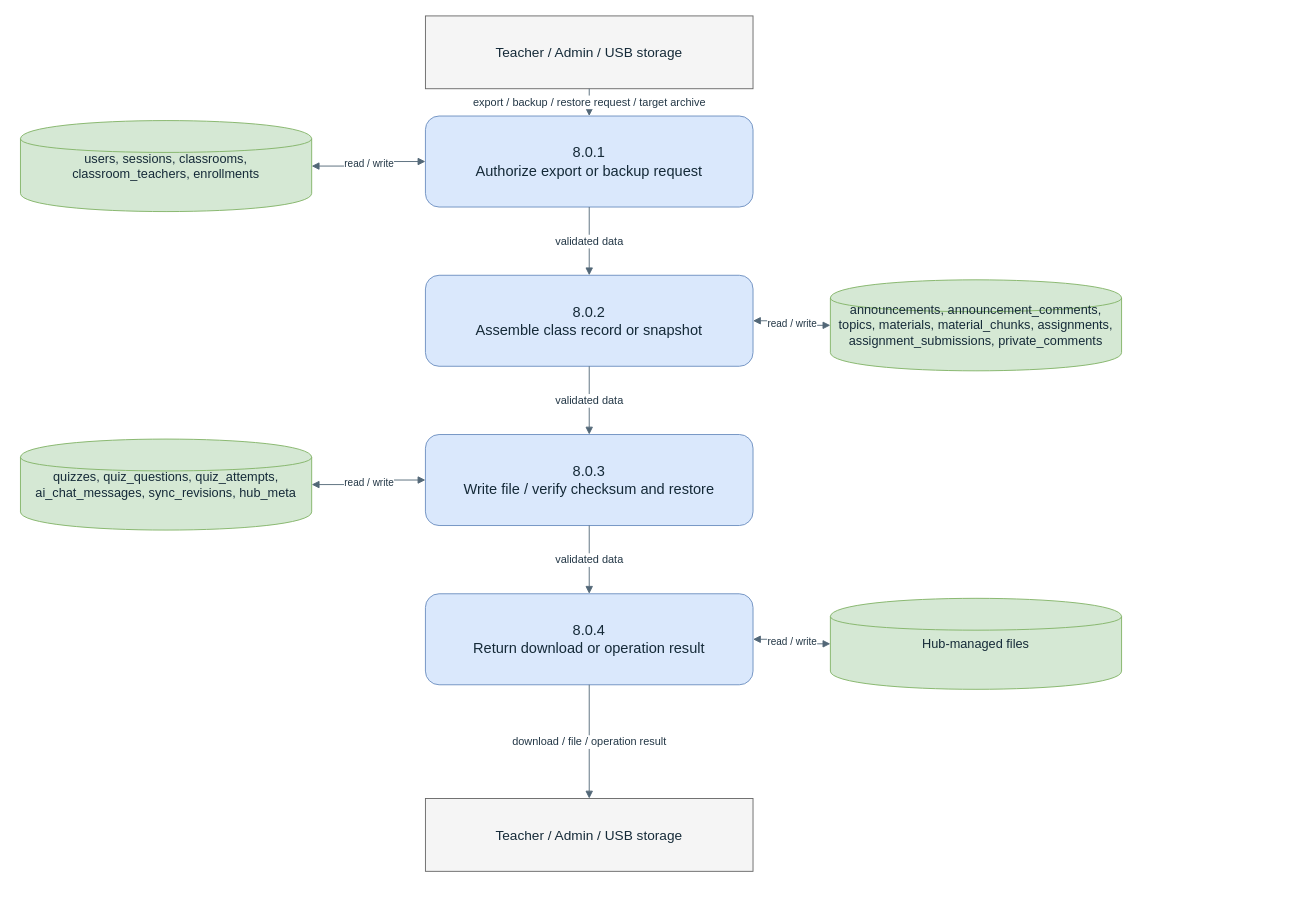
Before: docs/thesis/chapter-3/diagrams/dfd-level-2-export-backup.drawio in BootlegYouki/L.A.R.A, a draw.io diagram. Source tidied: cells renumbered, new cells numbered last; positions are measured from the earlier drawing's top-left corner, leaving out a move shared by most shapes. Both pictures are drawn from the tidied source at 91%, with x=0, y=0 at pixel (20, 15).
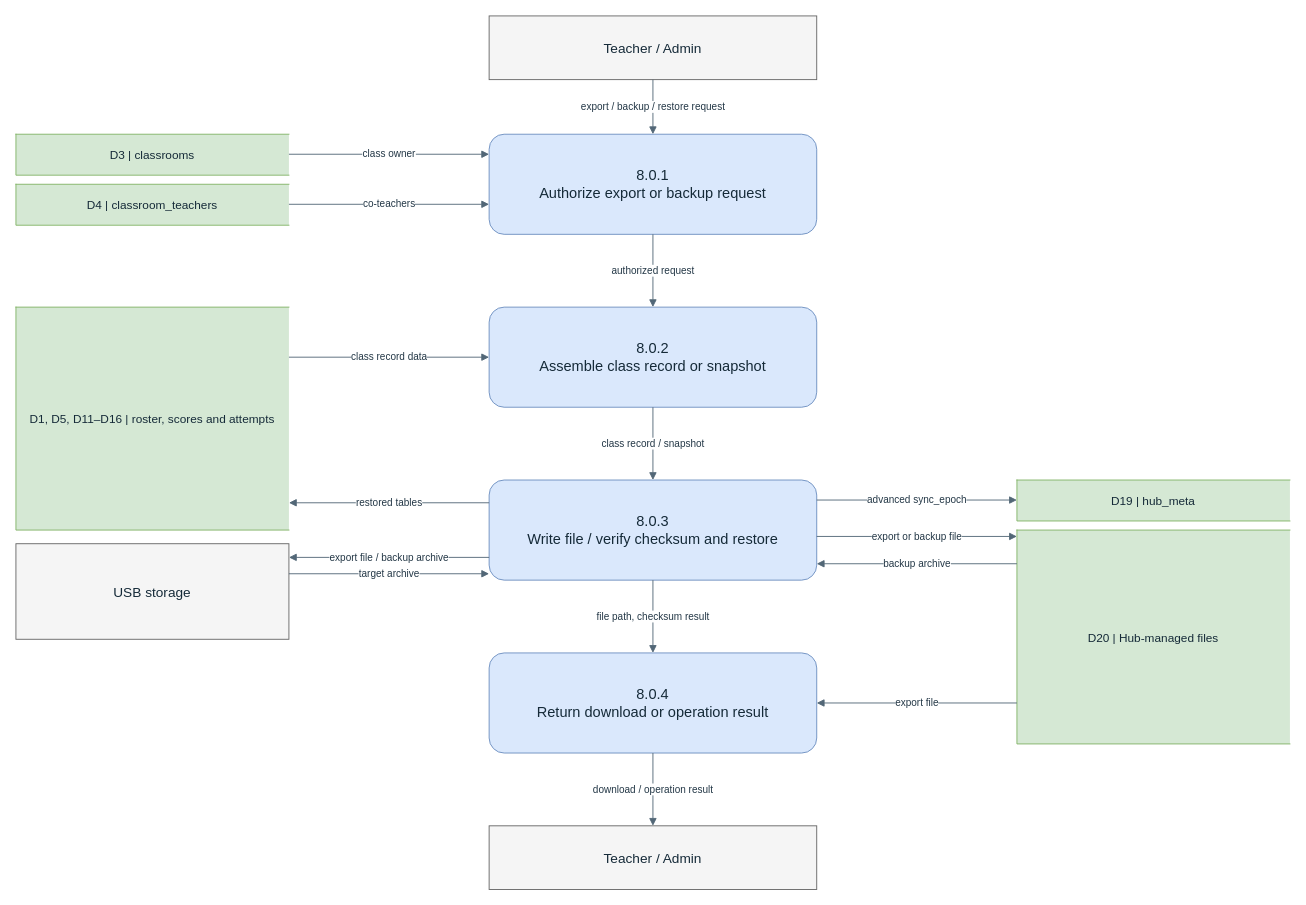
The same page after the edit.

The edit, as a diff of the source:
```diff
@@
-    <mxCell id="2" value="Teacher / Admin / USB storage" style="rounded=0;whiteSpace=wrap;html=1;fillColor=#f5f5f5;strokeColor=#666666;fontColor=#152a38;fontSize=15;align=center;verticalAlign=middle;spacing=6;" parent="1" vertex="1">
-      <mxGeometry x="445" width="360" height="80" as="geometry" />
+    <mxCell id="2" value="Teacher / Admin" style="rounded=0;whiteSpace=wrap;html=1;fillColor=#f5f5f5;strokeColor=#666666;fontColor=#152a38;fontSize=15;align=center;verticalAlign=middle;spacing=6;" parent="1" vertex="1">
+      <mxGeometry x="515" width="360" height="70" as="geometry" />
     </mxCell>
-    <mxCell id="3" value="Teacher / Admin / USB storage" style="rounded=0;whiteSpace=wrap;html=1;fillColor=#f5f5f5;strokeColor=#666666;fontColor=#152a38;fontSize=15;align=center;verticalAlign=middle;spacing=6;" parent="1" vertex="1">
-      <mxGeometry x="445" y="860" width="360" height="80" as="geometry" />
+    <mxCell id="3" value="8.0.1&#10;Authorize export or backup request" style="rounded=1;whiteSpace=wrap;html=1;fillColor=#dae8fc;strokeColor=#6c8ebf;fontColor=#152a38;fontSize=16;align=center;verticalAlign=middle;spacing=6;" parent="1" vertex="1">
+      <mxGeometry x="515" y="130" width="360" height="110" as="geometry" />
     </mxCell>
-    <mxCell id="4" value="8.0.1&#10;Authorize export or backup request" style="rounded=1;whiteSpace=wrap;html=1;fillColor=#dae8fc;strokeColor=#6c8ebf;fontColor=#152a38;fontSize=16;align=center;verticalAlign=middle;spacing=6;" parent="1" vertex="1">
-      <mxGeometry x="445" y="110" width="360" height="100" as="geometry" />
+    <mxCell id="4" value="8.0.2&#10;Assemble class record or snapshot" style="rounded=1;whiteSpace=wrap;html=1;fillColor=#dae8fc;strokeColor=#6c8ebf;fontColor=#152a38;fontSize=16;align=center;verticalAlign=middle;spacing=6;" parent="1" vertex="1">
+      <mxGeometry x="515" y="320" width="360" height="110" as="geometry" />
     </mxCell>
-    <mxCell id="5" value="8.0.2&#10;Assemble class record or snapshot" style="rounded=1;whiteSpace=wrap;html=1;fillColor=#dae8fc;strokeColor=#6c8ebf;fontColor=#152a38;fontSize=16;align=center;verticalAlign=middle;spacing=6;" parent="1" vertex="1">
-      <mxGeometry x="445" y="285" width="360" height="100" as="geometry" />
+    <mxCell id="5" value="8.0.3&#10;Write file / verify checksum and restore" style="rounded=1;whiteSpace=wrap;html=1;fillColor=#dae8fc;strokeColor=#6c8ebf;fontColor=#152a38;fontSize=16;align=center;verticalAlign=middle;spacing=6;" parent="1" vertex="1">
+      <mxGeometry x="515" y="510" width="360" height="110" as="geometry" />
     </mxCell>
-    <mxCell id="6" value="8.0.3&#10;Write file / verify checksum and restore" style="rounded=1;whiteSpace=wrap;html=1;fillColor=#dae8fc;strokeColor=#6c8ebf;fontColor=#152a38;fontSize=16;align=center;verticalAlign=middle;spacing=6;" parent="1" vertex="1">
-      <mxGeometry x="445" y="460" width="360" height="100" as="geometry" />
+    <mxCell id="6" value="8.0.4&#10;Return download or operation result" style="rounded=1;whiteSpace=wrap;html=1;fillColor=#dae8fc;strokeColor=#6c8ebf;fontColor=#152a38;fontSize=16;align=center;verticalAlign=middle;spacing=6;" parent="1" vertex="1">
+      <mxGeometry x="515" y="700" width="360" height="110" as="geometry" />
     </mxCell>
-    <mxCell id="7" value="8.0.4&#10;Return download or operation result" style="rounded=1;whiteSpace=wrap;html=1;fillColor=#dae8fc;strokeColor=#6c8ebf;fontColor=#152a38;fontSize=16;align=center;verticalAlign=middle;spacing=6;" parent="1" vertex="1">
-      <mxGeometry x="445" y="635" width="360" height="100" as="geometry" />
+    <mxCell id="7" value="Teacher / Admin" style="rounded=0;whiteSpace=wrap;html=1;fillColor=#f5f5f5;strokeColor=#666666;fontColor=#152a38;fontSize=15;align=center;verticalAlign=middle;spacing=6;" parent="1" vertex="1">
+      <mxGeometry x="515" y="890" width="360" height="70" as="geometry" />
     </mxCell>
-    <mxCell id="8" value="users, sessions, classrooms, classroom_teachers, enrollments" style="shape=cylinder;whiteSpace=wrap;html=1;fillColor=#d5e8d4;strokeColor=#82b366;fontColor=#152a38;fontSize=14;align=center;verticalAlign=middle;spacing=6;" parent="1" vertex="1">
-      <mxGeometry y="115" width="320" height="100" as="geometry" />
+    <mxCell id="8" value="USB storage" style="rounded=0;whiteSpace=wrap;html=1;fillColor=#f5f5f5;strokeColor=#666666;fontColor=#152a38;fontSize=15;align=center;verticalAlign=middle;spacing=6;" parent="1" vertex="1">
+      <mxGeometry x="-5" y="580" width="300" height="105" as="geometry" />
     </mxCell>
-    <mxCell id="9" value="announcements, announcement_comments, topics, materials, material_chunks, assignments, assignment_submissions, private_comments" style="shape=cylinder;whiteSpace=wrap;html=1;fillColor=#d5e8d4;strokeColor=#82b366;fontColor=#152a38;fontSize=14;align=center;verticalAlign=middle;spacing=6;" parent="1" vertex="1">
-      <mxGeometry x="890" y="290" width="320" height="100" as="geometry" />
+    <mxCell id="9" value="D3 | classrooms" style="shape=partialRectangle;left=1;right=0;top=1;bottom=1;whiteSpace=wrap;html=1;fillColor=#d5e8d4;strokeColor=#82b366;fontColor=#152a38;fontSize=13;align=center;verticalAlign=middle;spacing=5;" parent="1" vertex="1">
+      <mxGeometry x="-5" y="130" width="300" height="45" as="geometry" />
     </mxCell>
-    <mxCell id="10" value="quizzes, quiz_questions, quiz_attempts, ai_chat_messages, sync_revisions, hub_meta" style="shape=cylinder;whiteSpace=wrap;html=1;fillColor=#d5e8d4;strokeColor=#82b366;fontColor=#152a38;fontSize=14;align=center;verticalAlign=middle;spacing=6;" parent="1" vertex="1">
-      <mxGeometry y="465" width="320" height="100" as="geometry" />
+    <mxCell id="10" value="D4 | classroom_teachers" style="shape=partialRectangle;left=1;right=0;top=1;bottom=1;whiteSpace=wrap;html=1;fillColor=#d5e8d4;strokeColor=#82b366;fontColor=#152a38;fontSize=13;align=center;verticalAlign=middle;spacing=5;" parent="1" vertex="1">
+      <mxGeometry x="-5" y="185" width="300" height="45" as="geometry" />
     </mxCell>
-    <mxCell id="11" value="Hub-managed files" style="shape=cylinder;whiteSpace=wrap;html=1;fillColor=#d5e8d4;strokeColor=#82b366;fontColor=#152a38;fontSize=14;align=center;verticalAlign=middle;spacing=6;" parent="1" vertex="1">
-      <mxGeometry x="890" y="640" width="320" height="100" as="geometry" />
+    <mxCell id="11" value="D1, D5, D11–D16 | roster, scores and attempts" style="shape=partialRectangle;left=1;right=0;top=1;bottom=1;whiteSpace=wrap;html=1;fillColor=#d5e8d4;strokeColor=#82b366;fontColor=#152a38;fontSize=13;align=center;verticalAlign=middle;spacing=5;" parent="1" vertex="1">
+      <mxGeometry x="-5" y="320" width="300" height="245" as="geometry" />
     </mxCell>
-    <mxCell id="12" value="export / backup / restore request / target archive" style="edgeStyle=orthogonalEdgeStyle;rounded=0;jettySize=auto;html=1;strokeColor=#526777;fontColor=#233746;fontSize=12;endArrow=block;endFill=1;labelBackgroundColor=#ffffff;" parent="1" edge="1" source="2" target="4">
-      <mxGeometry relative="1" as="geometry" />
+    <mxCell id="12" value="D19 | hub_meta" style="shape=partialRectangle;left=1;right=0;top=1;bottom=1;whiteSpace=wrap;html=1;fillColor=#d5e8d4;strokeColor=#82b366;fontColor=#152a38;fontSize=13;align=center;verticalAlign=middle;spacing=5;" parent="1" vertex="1">
+      <mxGeometry x="1095" y="510" width="300" height="45" as="geometry" />
     </mxCell>
-    <mxCell id="13" value="validated data" style="edgeStyle=orthogonalEdgeStyle;rounded=0;jettySize=auto;html=1;strokeColor=#526777;fontColor=#233746;fontSize=12;endArrow=block;endFill=1;labelBackgroundColor=#ffffff;" parent="1" edge="1" source="4" target="5">
-      <mxGeometry relative="1" as="geometry" />
+    <mxCell id="13" value="D20 | Hub-managed files" style="shape=partialRectangle;left=1;right=0;top=1;bottom=1;whiteSpace=wrap;html=1;fillColor=#d5e8d4;strokeColor=#82b366;fontColor=#152a38;fontSize=13;align=center;verticalAlign=middle;spacing=5;" parent="1" vertex="1">
+      <mxGeometry x="1095" y="565" width="300" height="235" as="geometry" />
     </mxCell>
-    <mxCell id="14" value="validated data" style="edgeStyle=orthogonalEdgeStyle;rounded=0;jettySize=auto;html=1;strokeColor=#526777;fontColor=#233746;fontSize=12;endArrow=block;endFill=1;labelBackgroundColor=#ffffff;" parent="1" edge="1" source="5" target="6">
+    <mxCell id="14" value="export / backup / restore request" style="rounded=0;html=1;strokeColor=#526777;fontColor=#233746;fontSize=11;endArrow=block;endFill=1;labelBackgroundColor=#ffffff;exitX=0.5;exitY=1.0;exitDx=0;exitDy=0;entryX=0.5;entryY=0.0;entryDx=0;entryDy=0;" parent="1" edge="1" source="2" target="3">
       <mxGeometry relative="1" as="geometry" />
     </mxCell>
-    <mxCell id="15" value="validated data" style="edgeStyle=orthogonalEdgeStyle;rounded=0;jettySize=auto;html=1;strokeColor=#526777;fontColor=#233746;fontSize=12;endArrow=block;endFill=1;labelBackgroundColor=#ffffff;" parent="1" edge="1" source="6" target="7">
+    <mxCell id="15" value="class owner" style="rounded=0;html=1;strokeColor=#526777;fontColor=#233746;fontSize=11;endArrow=block;endFill=1;labelBackgroundColor=#ffffff;exitX=1.0;exitY=0.4889;exitDx=0;exitDy=0;entryX=0.0;entryY=0.2;entryDx=0;entryDy=0;" parent="1" edge="1" source="9" target="3">
       <mxGeometry relative="1" as="geometry" />
     </mxCell>
-    <mxCell id="16" value="download / file / operation result" style="edgeStyle=orthogonalEdgeStyle;rounded=0;jettySize=auto;html=1;strokeColor=#526777;fontColor=#233746;fontSize=12;endArrow=block;endFill=1;labelBackgroundColor=#ffffff;" parent="1" edge="1" source="7" target="3">
+    <mxCell id="16" value="co-teachers" style="rounded=0;html=1;strokeColor=#526777;fontColor=#233746;fontSize=11;endArrow=block;endFill=1;labelBackgroundColor=#ffffff;exitX=1.0;exitY=0.4889;exitDx=0;exitDy=0;entryX=0.0;entryY=0.7;entryDx=0;entryDy=0;" parent="1" edge="1" source="10" target="3">
       <mxGeometry relative="1" as="geometry" />
     </mxCell>
-    <mxCell id="17" value="read / write" style="edgeStyle=orthogonalEdgeStyle;rounded=0;html=1;strokeColor=#526777;fontColor=#233746;fontSize=11;startArrow=block;endArrow=block;startFill=1;endFill=1;labelBackgroundColor=#ffffff;" parent="1" edge="1" source="4" target="8">
+    <mxCell id="17" value="authorized request" style="rounded=0;html=1;strokeColor=#526777;fontColor=#233746;fontSize=11;endArrow=block;endFill=1;labelBackgroundColor=#ffffff;exitX=0.5;exitY=1.0;exitDx=0;exitDy=0;entryX=0.5;entryY=0.0;entryDx=0;entryDy=0;" parent="1" edge="1" source="3" target="4">
       <mxGeometry relative="1" as="geometry" />
     </mxCell>
-    <mxCell id="18" value="read / write" style="edgeStyle=orthogonalEdgeStyle;rounded=0;html=1;strokeColor=#526777;fontColor=#233746;fontSize=11;startArrow=block;endArrow=block;startFill=1;endFill=1;labelBackgroundColor=#ffffff;" parent="1" edge="1" source="5" target="9">
+    <mxCell id="18" value="class record data" style="rounded=0;html=1;strokeColor=#526777;fontColor=#233746;fontSize=11;endArrow=block;endFill=1;labelBackgroundColor=#ffffff;exitX=1.0;exitY=0.2245;exitDx=0;exitDy=0;entryX=0.0;entryY=0.5;entryDx=0;entryDy=0;" parent="1" edge="1" source="11" target="4">
       <mxGeometry relative="1" as="geometry" />
     </mxCell>
-    <mxCell id="19" value="read / write" style="edgeStyle=orthogonalEdgeStyle;rounded=0;html=1;strokeColor=#526777;fontColor=#233746;fontSize=11;startArrow=block;endArrow=block;startFill=1;endFill=1;labelBackgroundColor=#ffffff;" parent="1" edge="1" source="6" target="10">
+    <mxCell id="19" value="class record / snapshot" style="rounded=0;html=1;strokeColor=#526777;fontColor=#233746;fontSize=11;endArrow=block;endFill=1;labelBackgroundColor=#ffffff;exitX=0.5;exitY=1.0;exitDx=0;exitDy=0;entryX=0.5;entryY=0.0;entryDx=0;entryDy=0;" parent="1" edge="1" source="4" target="5">
       <mxGeometry relative="1" as="geometry" />
     </mxCell>
-    <mxCell id="20" value="read / write" style="edgeStyle=orthogonalEdgeStyle;rounded=0;html=1;strokeColor=#526777;fontColor=#233746;fontSize=11;startArrow=block;endArrow=block;startFill=1;endFill=1;labelBackgroundColor=#ffffff;" parent="1" edge="1" source="7" target="11">
+    <mxCell id="20" value="restored tables" style="rounded=0;html=1;strokeColor=#526777;fontColor=#233746;fontSize=11;endArrow=block;endFill=1;labelBackgroundColor=#ffffff;exitX=0.0;exitY=0.2273;exitDx=0;exitDy=0;entryX=1.0;entryY=0.8776;entryDx=0;entryDy=0;" parent="1" edge="1" source="5" target="11">
       <mxGeometry relative="1" as="geometry" />
     </mxCell>
+    <mxCell id="21" value="advanced sync_epoch" style="rounded=0;html=1;strokeColor=#526777;fontColor=#233746;fontSize=11;endArrow=block;endFill=1;labelBackgroundColor=#ffffff;exitX=1.0;exitY=0.2;exitDx=0;exitDy=0;entryX=0.0;entryY=0.4889;entryDx=0;entryDy=0;" parent="1" edge="1" source="5" target="12">
+      <mxGeometry relative="1" as="geometry" />
+    </mxCell>
+    <mxCell id="22" value="export or backup file" style="rounded=0;html=1;strokeColor=#526777;fontColor=#233746;fontSize=11;endArrow=block;endFill=1;labelBackgroundColor=#ffffff;exitX=1.0;exitY=0.5636;exitDx=0;exitDy=0;entryX=0.0;entryY=0.0298;entryDx=0;entryDy=0;" parent="1" edge="1" source="5" target="13">
+      <mxGeometry relative="1" as="geometry" />
+    </mxCell>
+    <mxCell id="23" value="backup archive" style="rounded=0;html=1;strokeColor=#526777;fontColor=#233746;fontSize=11;endArrow=block;endFill=1;labelBackgroundColor=#ffffff;exitX=0.0;exitY=0.1574;exitDx=0;exitDy=0;entryX=1.0;entryY=0.8364;entryDx=0;entryDy=0;" parent="1" edge="1" source="13" target="5">
+      <mxGeometry relative="1" as="geometry" />
+    </mxCell>
+    <mxCell id="24" value="export file / backup archive" style="rounded=0;html=1;strokeColor=#526777;fontColor=#233746;fontSize=11;endArrow=block;endFill=1;labelBackgroundColor=#ffffff;exitX=0.0;exitY=0.7727;exitDx=0;exitDy=0;entryX=1.0;entryY=0.1429;entryDx=0;entryDy=0;" parent="1" edge="1" source="5" target="8">
+      <mxGeometry relative="1" as="geometry" />
+    </mxCell>
+    <mxCell id="25" value="target archive" style="rounded=0;html=1;strokeColor=#526777;fontColor=#233746;fontSize=11;endArrow=block;endFill=1;labelBackgroundColor=#ffffff;exitX=1.0;exitY=0.3143;exitDx=0;exitDy=0;entryX=0.0;entryY=0.9364;entryDx=0;entryDy=0;" parent="1" edge="1" source="8" target="5">
+      <mxGeometry relative="1" as="geometry" />
+    </mxCell>
+    <mxCell id="26" value="file path, checksum result" style="rounded=0;html=1;strokeColor=#526777;fontColor=#233746;fontSize=11;endArrow=block;endFill=1;labelBackgroundColor=#ffffff;exitX=0.5;exitY=1.0;exitDx=0;exitDy=0;entryX=0.5;entryY=0.0;entryDx=0;entryDy=0;" parent="1" edge="1" source="5" target="6">
+      <mxGeometry relative="1" as="geometry" />
+    </mxCell>
+    <mxCell id="27" value="export file" style="rounded=0;html=1;strokeColor=#526777;fontColor=#233746;fontSize=11;endArrow=block;endFill=1;labelBackgroundColor=#ffffff;exitX=0.0;exitY=0.8085;exitDx=0;exitDy=0;entryX=1.0;entryY=0.5;entryDx=0;entryDy=0;" parent="1" edge="1" source="13" target="6">
+      <mxGeometry relative="1" as="geometry" />
+    </mxCell>
+    <mxCell id="28" value="download / operation result" style="rounded=0;html=1;strokeColor=#526777;fontColor=#233746;fontSize=11;endArrow=block;endFill=1;labelBackgroundColor=#ffffff;exitX=0.5;exitY=1.0;exitDx=0;exitDy=0;entryX=0.5;entryY=0.0;entryDx=0;entryDy=0;" parent="1" edge="1" source="6" target="7">
+      <mxGeometry relative="1" as="geometry" />
+    </mxCell>
```
